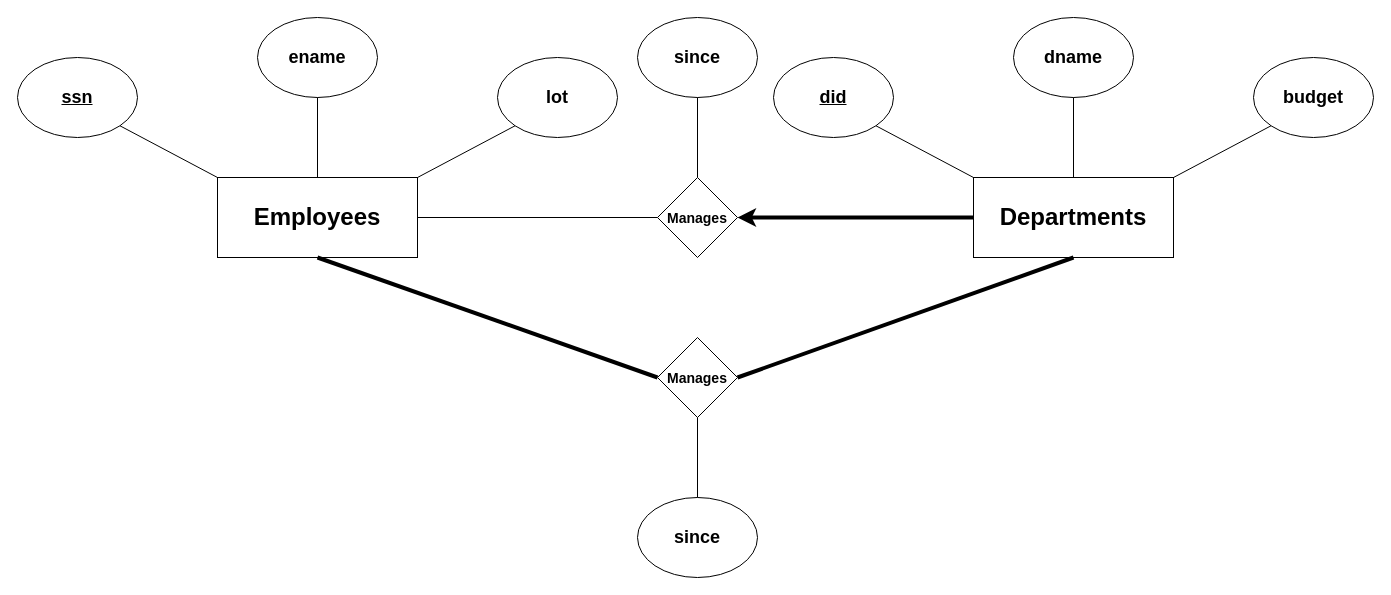
Earlier version of the draw.io diagram Relational Model/Generic_Diagram.drawio (TianShi14/Basi-Di-Dati). Source tidied: cells renumbered, new cells numbered last; positions are measured from the earlier drawing's top-left corner, leaving out a move shared by most shapes. Both pictures are drawn from the tidied source at 100%, with x=0, y=0 at pixel (17, 17).
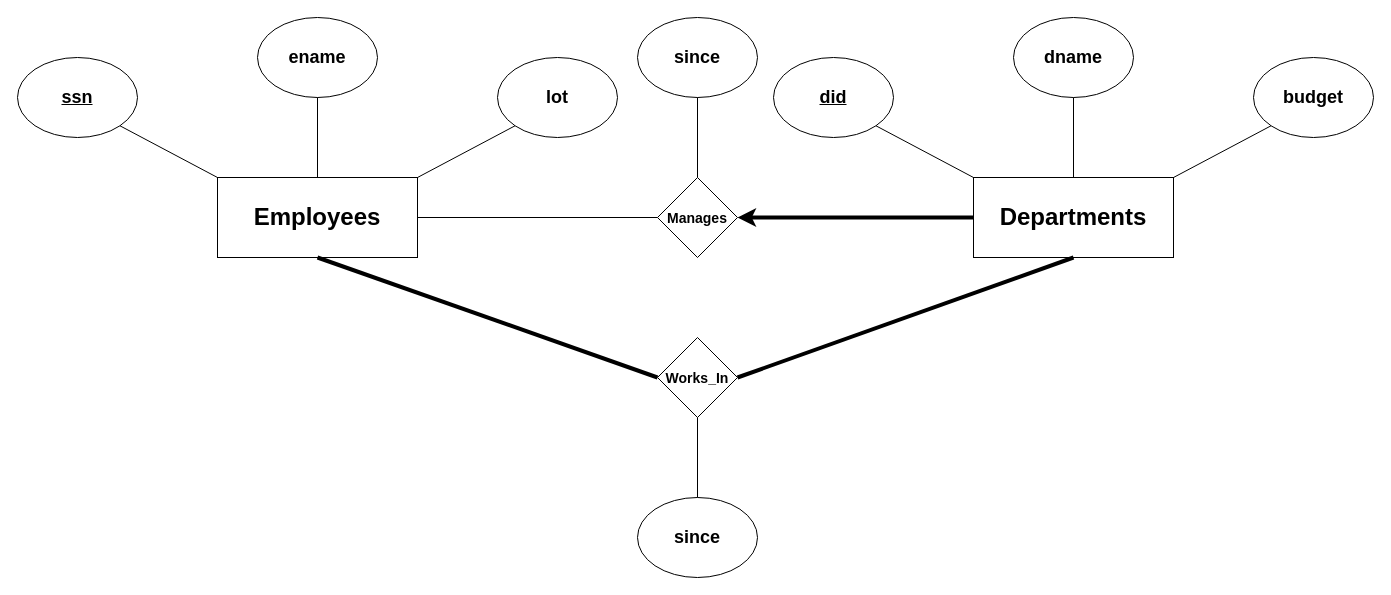
The same page after the edit.

The edit, as a diff of the source:
```diff
@@
-    <mxCell id="21" value="&lt;font style=&quot;font-size: 14px;&quot;&gt;&lt;b&gt;Manages&lt;/b&gt;&lt;/font&gt;" style="rhombus;whiteSpace=wrap;html=1;fontSize=18;" parent="1" vertex="1">
+    <mxCell id="21" value="&lt;font style=&quot;font-size: 14px&quot;&gt;&lt;b&gt;Works_In&lt;/b&gt;&lt;/font&gt;" style="rhombus;whiteSpace=wrap;html=1;fontSize=18;" parent="1" vertex="1">
       <mxGeometry x="640" y="320" width="80" height="80" as="geometry" />
     </mxCell>
```
